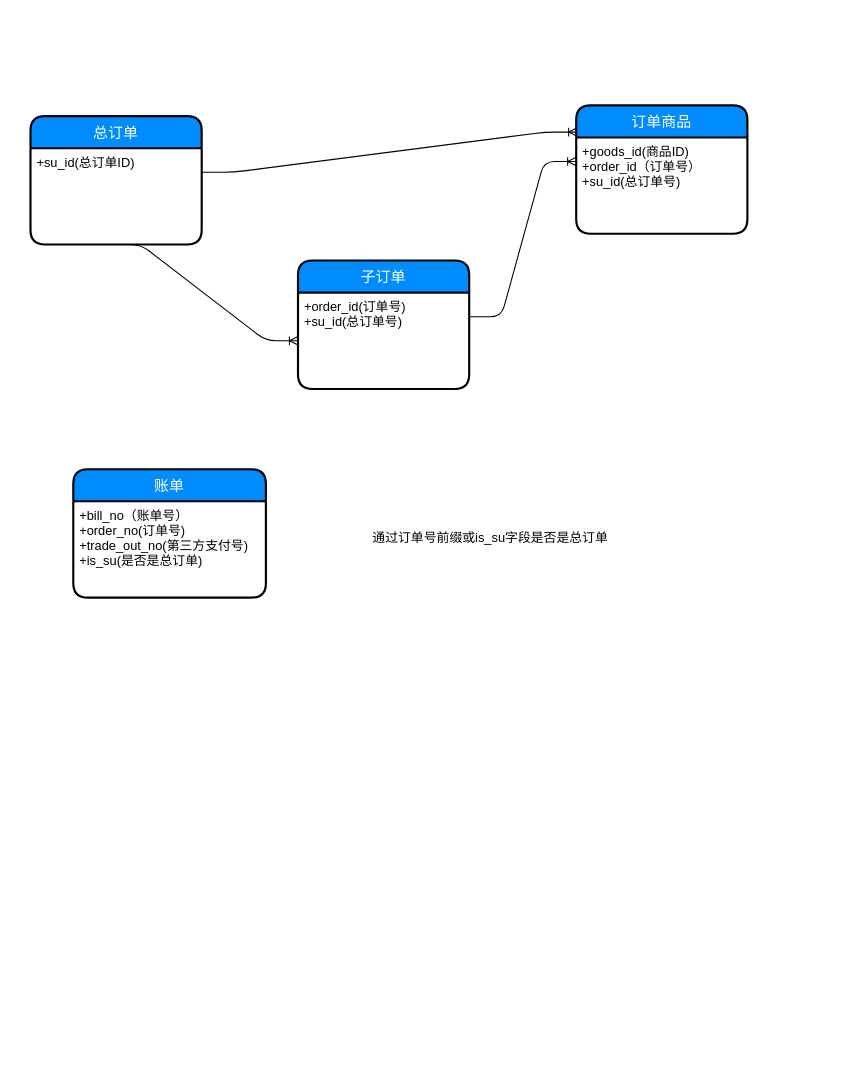
Above: page "第 5 页" (6 of 8) of 码上趣.drawio in JhonShi/mashangqu (draw.io), before the change. Source tidied: cells renumbered, new cells numbered last; positions are measured from the earlier drawing's top-left corner, leaving out a move shared by most shapes. Both pictures are drawn from the tidied source at 107%, with x=0, y=0 at pixel (30, 105).
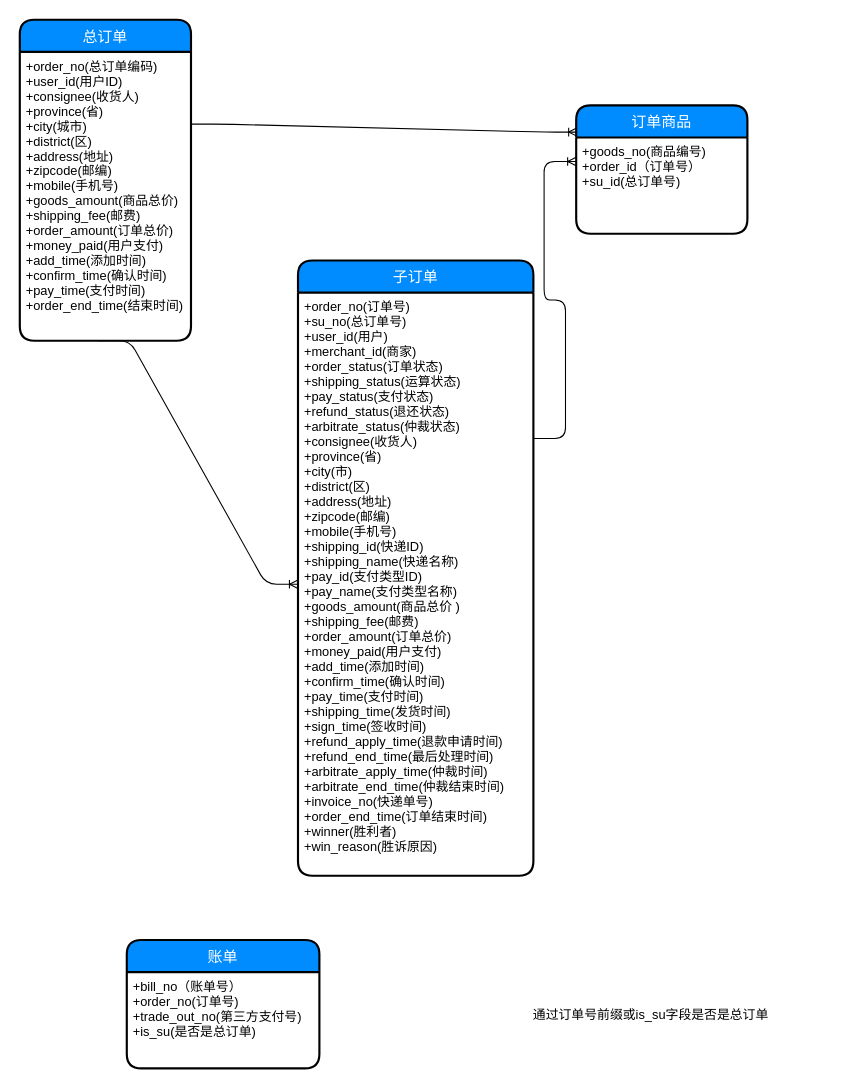
After the change.

Diff of the diagram source:
```diff
@@
 <mxGraphModel>
   <root>
     <mxCell id="0" />
     <mxCell id="1" parent="0" />
     <mxCell id="2" value="总订单" style="swimlane;horizontal=1;startSize=30;fillColor=#008cff;fontColor=#FFFFFF;rounded=1;fontSize=14;fontStyle=0;strokeWidth=2;shadow=0;dashed=0;align=center;" parent="1" vertex="1">
-      <mxGeometry y="10" width="160" height="120" as="geometry" />
+      <mxGeometry x="-10" y="-80" width="160" height="300" as="geometry" />
     </mxCell>
-    <mxCell id="3" value="+su_id(总订单ID)" style="align=left;strokeColor=none;fillColor=none;spacingLeft=4;fontSize=12;verticalAlign=top;" parent="2" vertex="1">
-      <mxGeometry y="30" width="160" height="90" as="geometry" />
+    <mxCell id="3" value="+order_no(总订单编码)&#10;+user_id(用户ID)&#10;+consignee(收货人)&#10;+province(省)&#10;+city(城市)&#10;+district(区)&#10;+address(地址)&#10;+zipcode(邮编)&#10;+mobile(手机号)&#10;+goods_amount(商品总价)&#10;+shipping_fee(邮费)&#10;+order_amount(订单总价)&#10;+money_paid(用户支付)&#10;+add_time(添加时间)&#10;+confirm_time(确认时间)&#10;+pay_time(支付时间)&#10;+order_end_time(结束时间)&#10;" style="align=left;strokeColor=none;fillColor=none;spacingLeft=4;fontSize=12;verticalAlign=top;" parent="2" vertex="1">
+      <mxGeometry y="30" width="160" height="270" as="geometry" />
     </mxCell>
     <mxCell id="4" value="订单商品" style="swimlane;horizontal=1;startSize=30;fillColor=#008cff;fontColor=#FFFFFF;rounded=1;fontSize=14;fontStyle=0;strokeWidth=2;shadow=0;dashed=0;align=center;" parent="1" vertex="1">
       <mxGeometry x="510" width="160" height="120" as="geometry" />
     </mxCell>
-    <mxCell id="5" value="+goods_id(商品ID)&#10;+order_id（订单号）&#10;+su_id(总订单号)" style="align=left;strokeColor=none;fillColor=none;spacingLeft=4;fontSize=12;verticalAlign=top;" parent="4" vertex="1">
+    <mxCell id="5" value="+goods_no(商品编号)&#10;+order_id（订单号）&#10;+su_id(总订单号)" style="align=left;strokeColor=none;fillColor=none;spacingLeft=4;fontSize=12;verticalAlign=top;" parent="4" vertex="1">
       <mxGeometry y="30" width="160" height="90" as="geometry" />
     </mxCell>
     <mxCell id="6" value="账单" style="swimlane;horizontal=1;startSize=30;fillColor=#008cff;fontColor=#FFFFFF;rounded=1;fontSize=14;fontStyle=0;strokeWidth=2;shadow=0;dashed=0;align=center;" parent="1" vertex="1">
-      <mxGeometry x="40" y="340" width="180" height="120" as="geometry" />
+      <mxGeometry x="90" y="780" width="180" height="120" as="geometry" />
     </mxCell>
     <mxCell id="7" value="+bill_no（账单号）&#10;+order_no(订单号)&#10;+trade_out_no(第三方支付号)&#10;+is_su(是否是总订单)" style="align=left;strokeColor=none;fillColor=none;spacingLeft=4;fontSize=12;verticalAlign=top;" parent="6" vertex="1">
       <mxGeometry y="30" width="180" height="90" as="geometry" />
     </mxCell>
     <mxCell id="8" style="edgeStyle=entityRelationEdgeStyle;fontSize=12;html=1;endArrow=ERoneToMany;exitX=1;exitY=0.25;exitDx=0;exitDy=0;entryX=0;entryY=0.25;entryDx=0;entryDy=0;" parent="1" edge="1" source="10" target="5">
       <mxGeometry relative="1" as="geometry" />
     </mxCell>
     <mxCell id="9" value="子订单" style="swimlane;horizontal=1;startSize=30;fillColor=#008cff;fontColor=#FFFFFF;rounded=1;fontSize=14;fontStyle=0;strokeWidth=2;shadow=0;dashed=0;align=center;" parent="1" vertex="1">
-      <mxGeometry x="250" y="145" width="160" height="120" as="geometry" />
+      <mxGeometry x="250" y="145" width="220" height="575" as="geometry" />
     </mxCell>
-    <mxCell id="10" value="+order_id(订单号)&#10;+su_id(总订单号)" style="align=left;strokeColor=none;fillColor=none;spacingLeft=4;fontSize=12;verticalAlign=top;" parent="9" vertex="1">
-      <mxGeometry y="30" width="160" height="90" as="geometry" />
+    <mxCell id="10" value="+order_no(订单号)&#10;+su_no(总订单号)&#10;+user_id(用户)&#10;+merchant_id(商家)&#10;+order_status(订单状态)&#10;+shipping_status(运算状态)&#10;+pay_status(支付状态)&#10;+refund_status(退还状态)&#10;+arbitrate_status(仲裁状态)&#10;+consignee(收货人)&#10;+province(省)&#10;+city(市)&#10;+district(区)&#10;+address(地址)&#10;+zipcode(邮编)&#10;+mobile(手机号)&#10;+shipping_id(快递ID)&#10;+shipping_name(快递名称)&#10;+pay_id(支付类型ID)&#10;+pay_name(支付类型名称)&#10;+goods_amount(商品总价 )&#10;+shipping_fee(邮费)&#10;+order_amount(订单总价)&#10;+money_paid(用户支付)&#10;+add_time(添加时间)&#10;+confirm_time(确认时间)&#10;+pay_time(支付时间)&#10;+shipping_time(发货时间)&#10;+sign_time(签收时间)&#10;+refund_apply_time(退款申请时间)&#10;+refund_end_time(最后处理时间)&#10;+arbitrate_apply_time(仲裁时间)&#10;+arbitrate_end_time(仲裁结束时间)&#10;+invoice_no(快递单号)&#10;+order_end_time(订单结束时间)&#10;+winner(胜利者)&#10;+win_reason(胜诉原因)" style="align=left;strokeColor=none;fillColor=none;spacingLeft=4;fontSize=12;verticalAlign=top;" parent="9" vertex="1">
+      <mxGeometry y="30" width="220" height="545" as="geometry" />
     </mxCell>
     <mxCell id="11" style="edgeStyle=entityRelationEdgeStyle;fontSize=12;html=1;endArrow=ERoneToMany;exitX=0.456;exitY=1;exitDx=0;exitDy=0;exitPerimeter=0;entryX=0;entryY=0.5;entryDx=0;entryDy=0;" parent="1" edge="1" source="3" target="10">
       <mxGeometry relative="1" as="geometry" />
     </mxCell>
     <mxCell id="12" style="edgeStyle=entityRelationEdgeStyle;fontSize=12;html=1;endArrow=ERoneToMany;exitX=1;exitY=0.25;exitDx=0;exitDy=0;entryX=0.006;entryY=-0.056;entryDx=0;entryDy=0;entryPerimeter=0;" parent="1" edge="1" source="3" target="5">
       <mxGeometry relative="1" as="geometry" />
     </mxCell>
     <mxCell id="13" value="通过订单号前缀或is_su字段是否是总订单" style="text;html=1;strokeColor=none;fillColor=none;align=center;verticalAlign=middle;whiteSpace=wrap;rounded=0;" parent="1" vertex="1">
-      <mxGeometry x="260" y="395" width="340" height="20" as="geometry" />
+      <mxGeometry x="410" y="840" width="340" height="20" as="geometry" />
     </mxCell>
   </root>
 </mxGraphModel>
```
